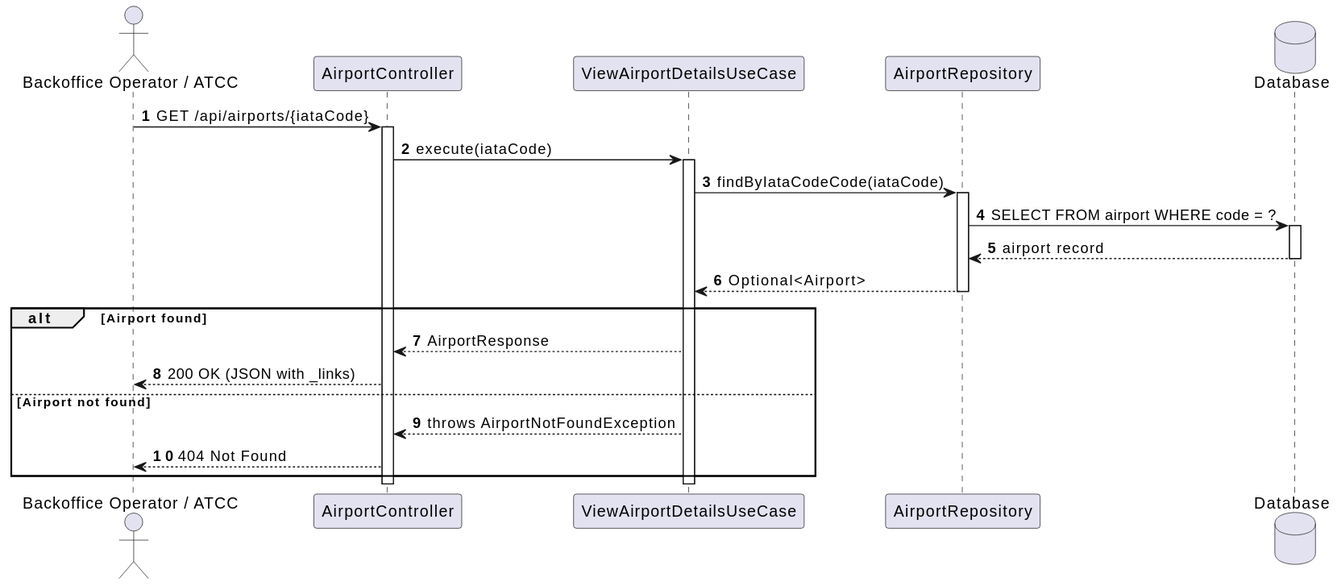
Above: docs/system-documentation/use-cases/WP2A/US107/svg/sd_us107.svg in VascoMagolo/psoft_1231562_1241692_1242036_2db (PlantUML), before the change. Source of this version:
```plantuml
@startuml
autonumber
actor "Backoffice Operator / ATCC" as Actor
participant "AirportController" as Ctrl
participant "ViewAirportDetailsUseCase" as UC
participant "AirportRepository" as Repo
database "Database" as DB

Actor -> Ctrl : GET /api/airports/{iataCode}
activate Ctrl

Ctrl -> UC : execute(iataCode)
activate UC

UC -> Repo : findByIataCodeCode(iataCode)
activate Repo
Repo -> DB : SELECT FROM airport WHERE code = ?
activate DB
DB --> Repo : airport record
deactivate DB
Repo --> UC : Optional<Airport>
deactivate Repo

alt Airport found
  UC --> Ctrl : AirportResponse
  Ctrl --> Actor : 200 OK (JSON with _links)
else Airport not found
  UC --> Ctrl : throws AirportNotFoundException
  Ctrl --> Actor : 404 Not Found
end

deactivate UC
deactivate Ctrl
@enduml
```
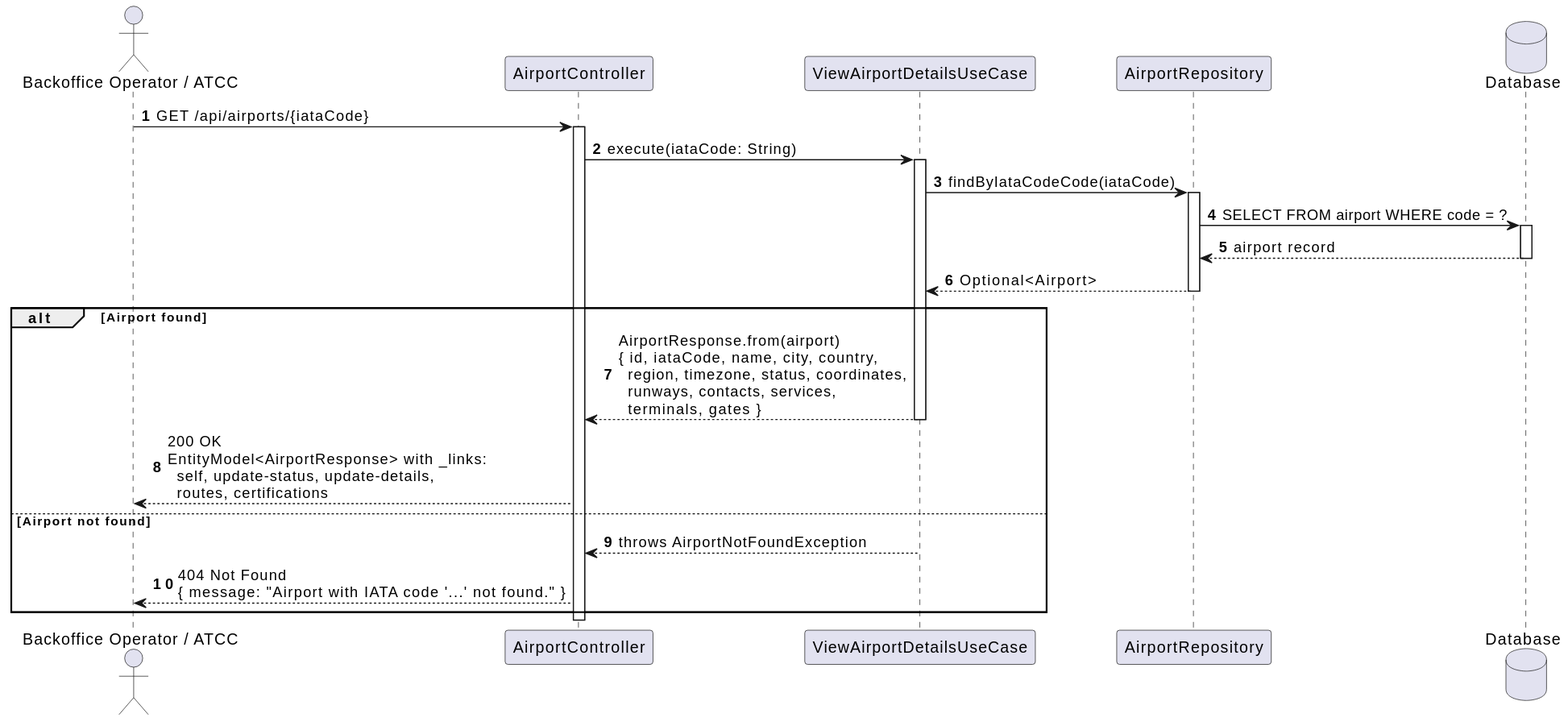
The same file after the commit.

What changed in the source:
```diff
@@ -9,7 +9,7 @@
 Actor -> Ctrl : GET /api/airports/{iataCode}
 activate Ctrl
 
-Ctrl -> UC : execute(iataCode)
+Ctrl -> UC : execute(iataCode: String)
 activate UC
 
 UC -> Repo : findByIataCodeCode(iataCode)
@@ -22,13 +22,13 @@
 deactivate Repo
 
 alt Airport found
-  UC --> Ctrl : AirportResponse
-  Ctrl --> Actor : 200 OK (JSON with _links)
+  UC --> Ctrl : AirportResponse.from(airport)\n{ id, iataCode, name, city, country,\n  region, timezone, status, coordinates,\n  runways, contacts, services,\n  terminals, gates }
+  deactivate UC
+  Ctrl --> Actor : 200 OK\nEntityModel<AirportResponse> with _links:\n  self, update-status, update-details,\n  routes, certifications
 else Airport not found
   UC --> Ctrl : throws AirportNotFoundException
-  Ctrl --> Actor : 404 Not Found
+  Ctrl --> Actor : 404 Not Found\n{ message: "Airport with IATA code '...' not found." }
 end
 
-deactivate UC
 deactivate Ctrl
 @enduml
```
